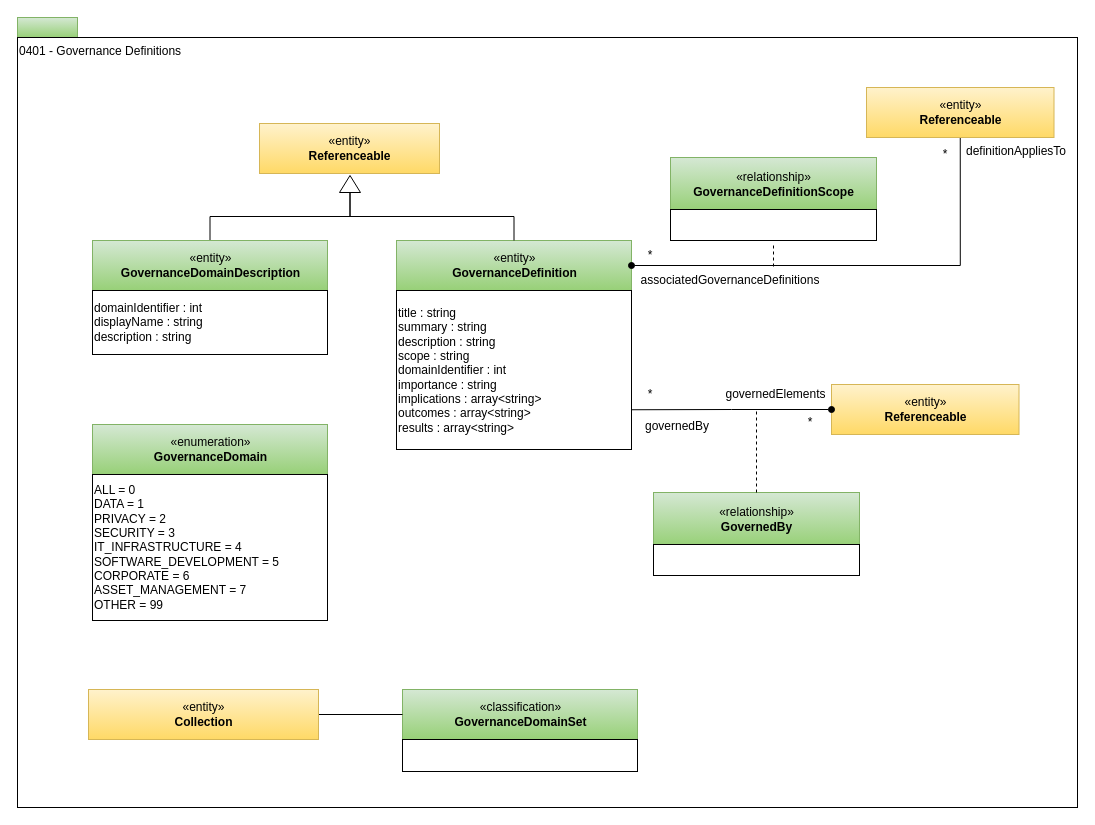
Earlier version of the draw.io diagram page "0401-Governance-Definitions" (2 of 31) of site/docs/types/4/area-4-governance.drawio (odpi/egeria-docs). Source tidied: cells renumbered, new cells numbered last; positions are measured from the earlier drawing's top-left corner, leaving out a move shared by most shapes. Both pictures are drawn from the tidied source at 100%, with x=0, y=0 at pixel (17, 17).
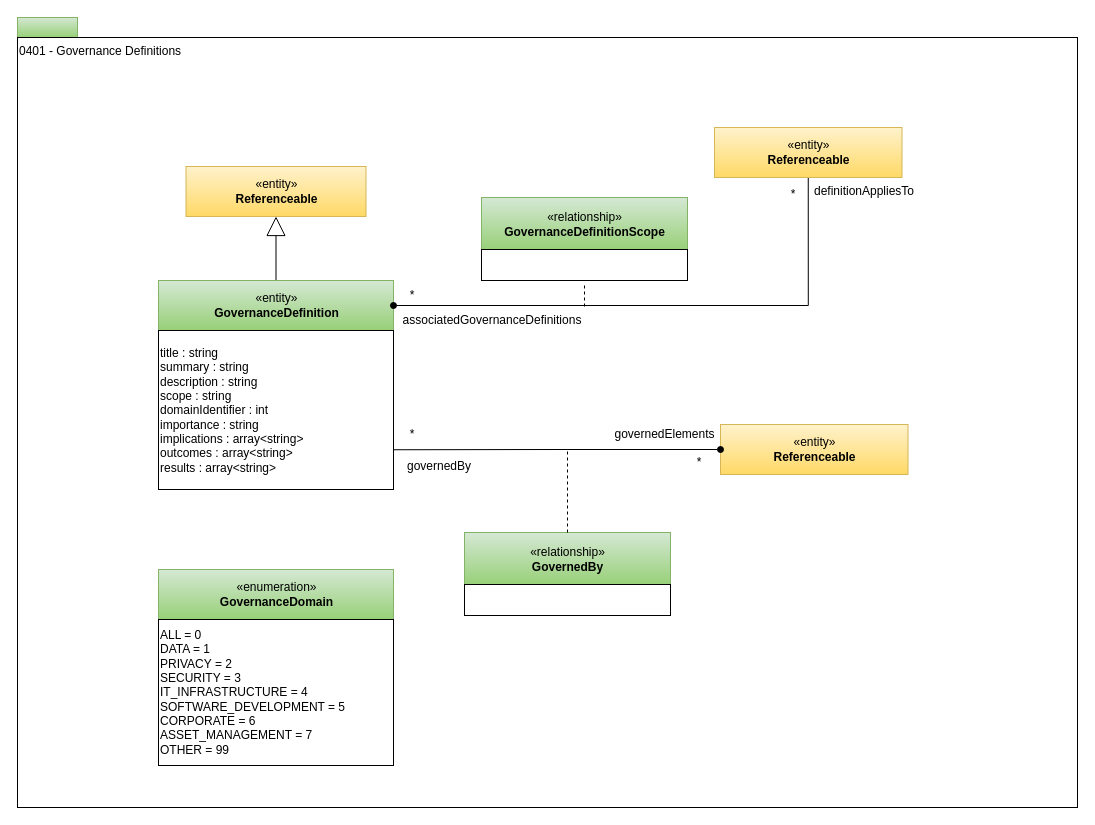
Above is the later version.

What changed in the source:
```diff
@@
+    <mxCell id="36" style="edgeStyle=orthogonalEdgeStyle;rounded=0;jettySize=auto;html=1;exitX=0.5;exitY=0;exitDx=0;exitDy=0;entryX=0.5;entryY=1;entryDx=0;entryDy=0;endArrow=block;endFill=0;endSize=17;" parent="1" edge="1" source="4" target="5">
+      <mxGeometry relative="1" as="geometry" />
+    </mxCell>
     <mxCell id="4" value="«entity»&lt;br&gt;&lt;b&gt;GovernanceDefinition&lt;/b&gt;" style="html=1;strokeColor=#82b366;align=center;fillColor=#d5e8d4;gradientColor=#97d077;" parent="1" vertex="1">
-      <mxGeometry x="379" y="223" width="235" height="50" as="geometry" />
+      <mxGeometry x="141" y="263" width="235" height="50" as="geometry" />
     </mxCell>
     <mxCell id="5" value="«entity»&lt;br&gt;&lt;b&gt;Referenceable&lt;/b&gt;" style="html=1;strokeColor=#d6b656;align=center;fillColor=#fff2cc;gradientColor=#ffd966;" parent="1" vertex="1">
-      <mxGeometry x="242" y="106" width="180" height="50" as="geometry" />
+      <mxGeometry x="168.5" y="149" width="180" height="50" as="geometry" />
     </mxCell>
-    <mxCell id="6" style="edgeStyle=orthogonalEdgeStyle;rounded=0;html=1;exitX=0;exitY=0.5;entryX=0.5;entryY=0;jettySize=auto;endArrow=none;endFill=0;" parent="1" edge="1" source="7" target="4">
-      <mxGeometry relative="1" as="geometry" />
-    </mxCell>
-    <mxCell id="7" style="triangle;whiteSpace=wrap;html=1;strokeColor=#000000;gradientColor=#ffffff;align=center;rotation=-90;" parent="1" vertex="1">
-      <mxGeometry x="324" y="156" width="17" height="21" as="geometry" />
-    </mxCell>
     <mxCell id="8" value="title : string&lt;br&gt;summary : string&lt;br&gt;description : string&lt;br&gt;scope : string&lt;br&gt;domainIdentifier : int&lt;br&gt;importance : string&lt;br&gt;implications : array&amp;lt;string&amp;gt;&lt;br&gt;outcomes : array&amp;lt;string&amp;gt;&lt;br&gt;results : array&amp;lt;string&amp;gt;" style="rounded=0;whiteSpace=wrap;html=1;strokeColor=#000000;gradientColor=#ffffff;align=left;" parent="1" vertex="1">
-      <mxGeometry x="379" y="273" width="235" height="159" as="geometry" />
+      <mxGeometry x="141" y="313" width="235" height="159" as="geometry" />
     </mxCell>
     <mxCell id="9" value="«enumeration»&lt;br&gt;&lt;b&gt;GovernanceDomain&lt;/b&gt;" style="html=1;strokeColor=#82b366;align=center;fillColor=#d5e8d4;gradientColor=#97d077;" parent="1" vertex="1">
-      <mxGeometry x="75" y="407" width="235" height="50" as="geometry" />
+      <mxGeometry x="141" y="552" width="235" height="50" as="geometry" />
     </mxCell>
     <mxCell id="10" value="ALL = 0&lt;br&gt;DATA = 1&lt;br&gt;PRIVACY = 2&lt;br&gt;SECURITY = 3&lt;br&gt;IT_INFRASTRUCTURE = 4&lt;br&gt;SOFTWARE_DEVELOPMENT = 5&lt;br&gt;CORPORATE = 6&lt;br&gt;ASSET_MANAGEMENT = 7&lt;br&gt;OTHER = 99" style="rounded=0;whiteSpace=wrap;html=1;strokeColor=#000000;gradientColor=#ffffff;align=left;" parent="1" vertex="1">
-      <mxGeometry x="75" y="457" width="235" height="146" as="geometry" />
+      <mxGeometry x="141" y="602" width="235" height="146" as="geometry" />
     </mxCell>
-    <mxCell id="11" style="edgeStyle=orthogonalEdgeStyle;rounded=0;jettySize=auto;html=1;entryX=0;entryY=0.5;entryDx=0;entryDy=0;endArrow=none;endFill=0;" parent="1" edge="1" source="12" target="7">
-      <mxGeometry relative="1" as="geometry">
-        <Array as="points">
-          <mxPoint x="193" y="199" />
-          <mxPoint x="333" y="199" />
-        </Array>
-      </mxGeometry>
-    </mxCell>
-    <mxCell id="12" value="«entity»&lt;br&gt;&lt;b&gt;GovernanceDomainDescription&lt;/b&gt;" style="html=1;strokeColor=#82b366;align=center;fillColor=#d5e8d4;gradientColor=#97d077;" parent="1" vertex="1">
-      <mxGeometry x="75" y="223" width="235" height="50" as="geometry" />
-    </mxCell>
-    <mxCell id="13" value="domainIdentifier : int&lt;br&gt;displayName : string&lt;br&gt;description : string" style="rounded=0;whiteSpace=wrap;html=1;strokeColor=#000000;gradientColor=#ffffff;align=left;" parent="1" vertex="1">
-      <mxGeometry x="75" y="273" width="235" height="64" as="geometry" />
-    </mxCell>
-    <mxCell id="14" value="«classification»&lt;br&gt;&lt;b&gt;GovernanceDomainSet&lt;/b&gt;" style="html=1;strokeColor=#82b366;align=center;fillColor=#d5e8d4;gradientColor=#97d077;" parent="1" vertex="1">
-      <mxGeometry x="385" y="672" width="235" height="50" as="geometry" />
-    </mxCell>
-    <mxCell id="15" style="rounded=0;whiteSpace=wrap;html=1;strokeColor=#000000;gradientColor=#ffffff;align=left;" parent="1" vertex="1">
-      <mxGeometry x="385" y="722" width="235" height="32" as="geometry" />
-    </mxCell>
-    <mxCell id="16" style="edgeStyle=orthogonalEdgeStyle;rounded=0;jettySize=auto;html=1;exitX=1;exitY=0.5;exitDx=0;exitDy=0;entryX=0;entryY=0.5;entryDx=0;entryDy=0;endArrow=none;endFill=0;" parent="1" edge="1" source="17" target="14">
-      <mxGeometry relative="1" as="geometry" />
-    </mxCell>
-    <mxCell id="17" value="«entity»&lt;br&gt;&lt;b&gt;Collection&lt;/b&gt;" style="html=1;strokeColor=#d6b656;align=center;fillColor=#fff2cc;gradientColor=#ffd966;" parent="1" vertex="1">
-      <mxGeometry x="71" y="672" width="230" height="50" as="geometry" />
-    </mxCell>
     <mxCell id="18" value="«entity»&lt;br&gt;&lt;b&gt;Referenceable&lt;/b&gt;" style="html=1;strokeColor=#d6b656;align=center;fillColor=#fff2cc;gradientColor=#ffd966;" parent="1" vertex="1">
-      <mxGeometry x="814" y="367" width="187.5" height="50" as="geometry" />
+      <mxGeometry x="703" y="407" width="187.5" height="50" as="geometry" />
     </mxCell>
@@
     <mxCell id="20" value="*" style="text;html=1;strokeColor=none;fillColor=none;align=center;verticalAlign=middle;whiteSpace=wrap;rounded=0;" parent="1" vertex="1">
-      <mxGeometry x="780" y="396" width="26" height="18" as="geometry" />
+      <mxGeometry x="669" y="436" width="26" height="18" as="geometry" />
     </mxCell>
     <mxCell id="21" value="«relationship»&lt;br&gt;&lt;b&gt;GovernedBy&lt;/b&gt;" style="html=1;strokeColor=#82b366;align=center;fillColor=#d5e8d4;gradientColor=#97d077;" parent="1" vertex="1">
-      <mxGeometry x="636" y="475" width="206" height="53" as="geometry" />
+      <mxGeometry x="447" y="515" width="206" height="53" as="geometry" />
     </mxCell>
     <mxCell id="22" style="endArrow=none;dashed=1;html=1;" parent="1" edge="1" target="21">
       <mxGeometry relative="1" as="geometry">
-        <mxPoint x="739" y="394" as="sourcePoint" />
+        <mxPoint x="550" y="434" as="sourcePoint" />
       </mxGeometry>
     </mxCell>
     <mxCell id="23" style="rounded=0;whiteSpace=wrap;html=1;strokeColor=#000000;gradientColor=#ffffff;align=left;" parent="1" vertex="1">
-      <mxGeometry x="636" y="527" width="206" height="31" as="geometry" />
+      <mxGeometry x="447" y="567" width="206" height="31" as="geometry" />
     </mxCell>
     <mxCell id="24" value="governedBy" style="text;html=1;strokeColor=none;fillColor=none;align=center;verticalAlign=middle;whiteSpace=wrap;rounded=0;" parent="1" vertex="1">
-      <mxGeometry x="597" y="399" width="126" height="20" as="geometry" />
+      <mxGeometry x="359" y="439" width="126" height="20" as="geometry" />
     </mxCell>
     <mxCell id="25" value="governedElements" style="text;html=1;strokeColor=none;fillColor=none;align=center;verticalAlign=middle;whiteSpace=wrap;rounded=0;" parent="1" vertex="1">
-      <mxGeometry x="691" y="367" width="135" height="20" as="geometry" />
+      <mxGeometry x="580" y="407" width="135" height="20" as="geometry" />
     </mxCell>
     <mxCell id="26" value="*" style="text;html=1;strokeColor=none;fillColor=none;align=center;verticalAlign=middle;whiteSpace=wrap;rounded=0;" parent="1" vertex="1">
-      <mxGeometry x="620" y="368" width="26" height="18" as="geometry" />
+      <mxGeometry x="382" y="408" width="26" height="18" as="geometry" />
     </mxCell>
@@
     <mxCell id="28" value="«entity»&lt;br&gt;&lt;b&gt;Referenceable&lt;/b&gt;" style="html=1;strokeColor=#d6b656;align=center;fillColor=#fff2cc;gradientColor=#ffd966;" parent="1" vertex="1">
-      <mxGeometry x="849" y="70" width="187.5" height="50" as="geometry" />
+      <mxGeometry x="697" y="110" width="187.5" height="50" as="geometry" />
     </mxCell>
     <mxCell id="29" value="«relationship»&lt;br&gt;&lt;b&gt;GovernanceDefinitionScope&lt;/b&gt;" style="html=1;strokeColor=#82b366;align=center;fillColor=#d5e8d4;gradientColor=#97d077;" parent="1" vertex="1">
-      <mxGeometry x="653" y="140" width="206" height="53" as="geometry" />
+      <mxGeometry x="464" y="180" width="206" height="53" as="geometry" />
     </mxCell>
     <mxCell id="30" style="endArrow=none;dashed=1;html=1;" parent="1" edge="1">
       <mxGeometry relative="1" as="geometry">
-        <mxPoint x="756" y="249" as="sourcePoint" />
-        <mxPoint x="756" y="225" as="targetPoint" />
+        <mxPoint x="567" y="289" as="sourcePoint" />
+        <mxPoint x="567" y="265" as="targetPoint" />
       </mxGeometry>
     </mxCell>
     <mxCell id="31" style="rounded=0;whiteSpace=wrap;html=1;strokeColor=#000000;gradientColor=#ffffff;align=left;" parent="1" vertex="1">
-      <mxGeometry x="653" y="192" width="206" height="31" as="geometry" />
+      <mxGeometry x="464" y="232" width="206" height="31" as="geometry" />
     </mxCell>
     <mxCell id="32" value="associatedGovernanceDefinitions" style="text;html=1;strokeColor=none;fillColor=none;align=center;verticalAlign=middle;whiteSpace=wrap;rounded=0;" parent="1" vertex="1">
-      <mxGeometry x="650" y="253" width="126" height="20" as="geometry" />
+      <mxGeometry x="412" y="293" width="126" height="20" as="geometry" />
     </mxCell>
     <mxCell id="33" value="definitionAppliesTo" style="text;html=1;strokeColor=none;fillColor=none;align=center;verticalAlign=middle;whiteSpace=wrap;rounded=0;" parent="1" vertex="1">
-      <mxGeometry x="941" y="124" width="116" height="20" as="geometry" />
+      <mxGeometry x="789" y="164" width="116" height="20" as="geometry" />
     </mxCell>
     <mxCell id="34" value="*" style="text;html=1;strokeColor=none;fillColor=none;align=center;verticalAlign=middle;whiteSpace=wrap;rounded=0;" parent="1" vertex="1">
-      <mxGeometry x="915" y="128" width="26" height="18" as="geometry" />
+      <mxGeometry x="763" y="168" width="26" height="18" as="geometry" />
     </mxCell>
     <mxCell id="35" value="*" style="text;html=1;strokeColor=none;fillColor=none;align=center;verticalAlign=middle;whiteSpace=wrap;rounded=0;" parent="1" vertex="1">
-      <mxGeometry x="620" y="229" width="26" height="18" as="geometry" />
+      <mxGeometry x="382" y="269" width="26" height="18" as="geometry" />
     </mxCell>
```
